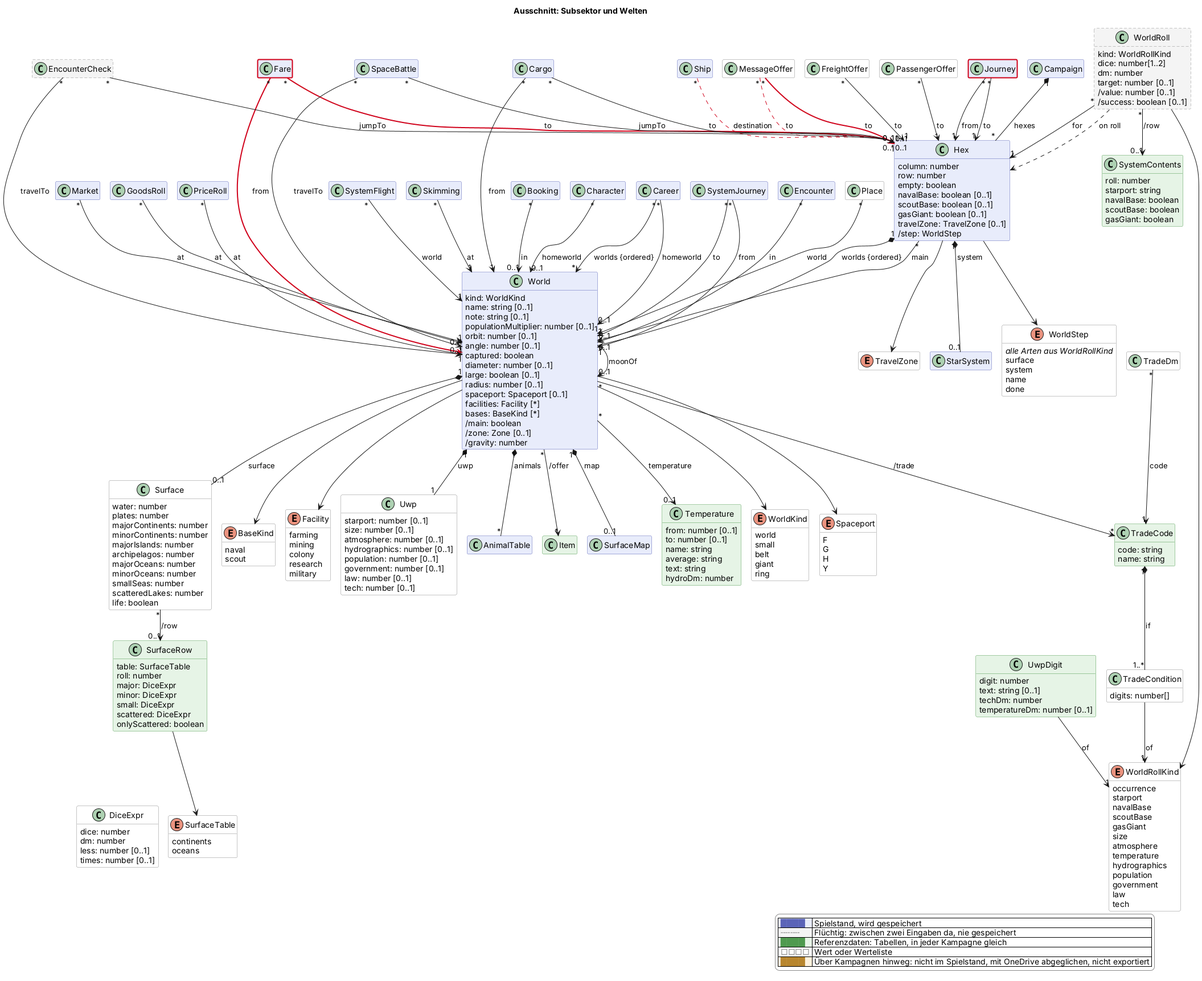
The PlantUML diagram docs/views/sektor.png in scuzzar/SRE, before a commit.
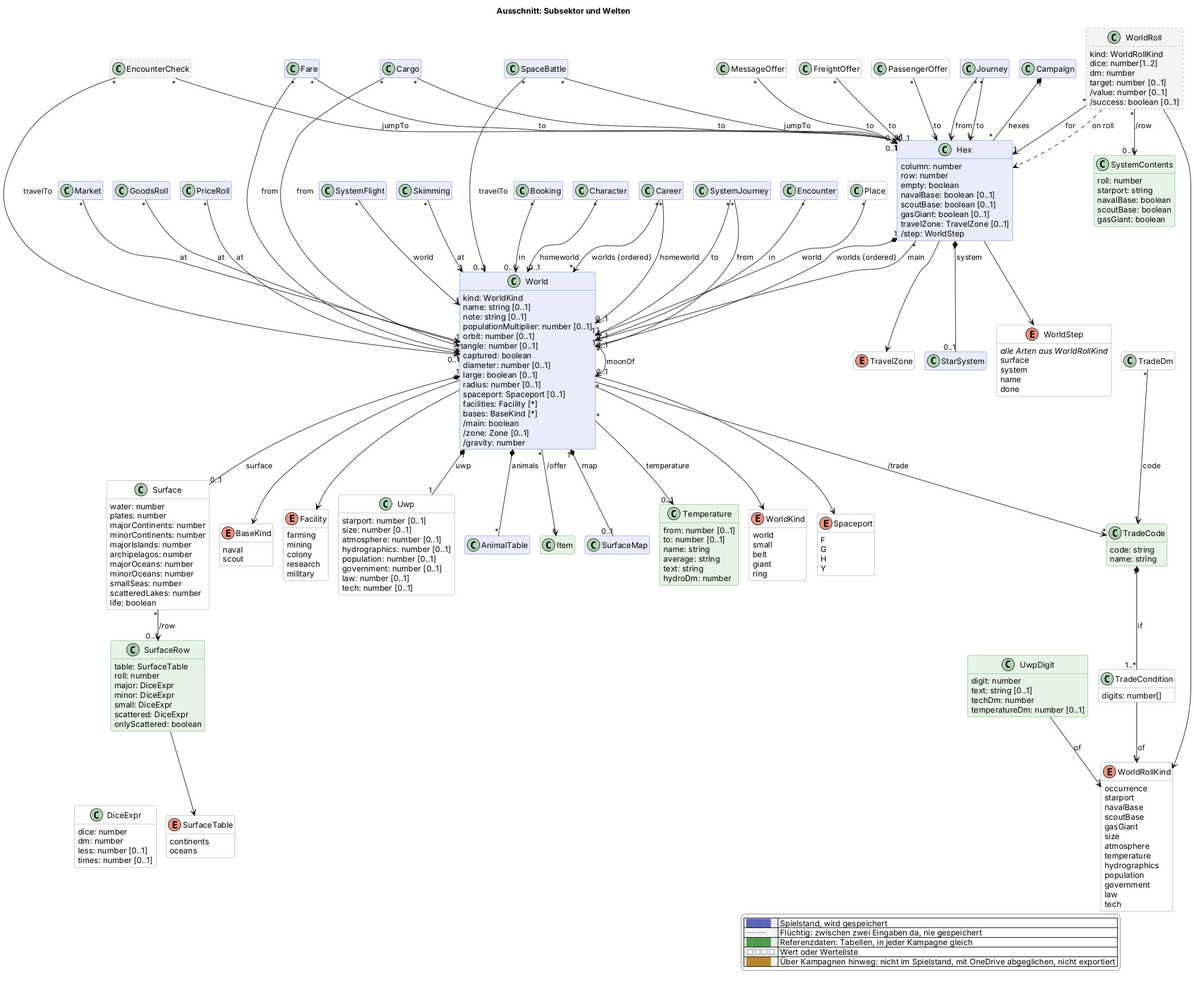
The same diagram one commit later.

Diff of the diagram source:
```diff
@@ -73,13 +73,12 @@
   class Booking $shop
   class Character $charakter
 
-  class Ship $schiffe
 
   class Market $handel
   class GoodsRoll $handel
   class PriceRoll $handel
   class Cargo $handel
-  class Fare $handel $newClass("2026-11-27c")
+  class Fare $handel
   class MessageOffer <<value>> $handel
   class FreightOffer <<value>> $handel
   class PassengerOffer <<value>> $handel
@@ -265,13 +264,11 @@
 Market "*" --> "1" World : at
 FreightOffer "*" --> "1" Hex : to
 PassengerOffer "*" --> "1" Hex : to
-MessageOffer "*" -$goneArrow("2026-11-27c")-> "0..1" Hex : to
-MessageOffer "*" -$newArrow("2026-11-27c")-> "1" Hex : to
+MessageOffer "*" --> "1" Hex : to
 GoodsRoll "*" --> "1" World : at
 PriceRoll "*" --> "1" World : at
-Ship "*" -$goneArrow("2026-11-27c")-> "0..1" Hex : destination
-Fare "*" -$newArrow("2026-11-27c")-> "1" World : from
-Fare "*" -$newArrow("2026-11-27c")-> "1" Hex : to
+Fare "*" --> "1" World : from
+Fare "*" --> "1" Hex : to
 Cargo "*" --> "1" World : from
 Cargo "*" --> "0..1" Hex : to
 Hex --> TravelZone
@@ -339,5 +336,4 @@
   |<#ffffff> <color:#8a8a8a>□□□□</color> | Wert oder Werteliste |
   |<#fdf1dc> <color:#b8862e>████</color> | Über Kampagnen hinweg: nicht im Spielstand, mit OneDrive abgeglichen, nicht exportiert |
 endlegend
-class Journey #line:d0021b;line.bold
 @enduml
```
